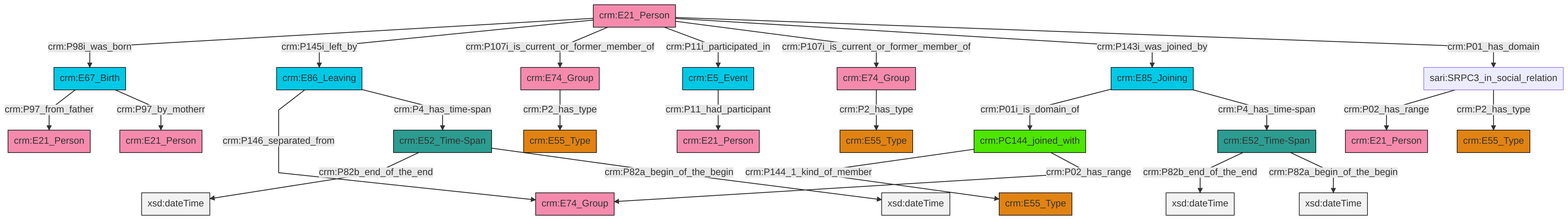
The Mermaid diagram et/personCSV/ttl/mmd/png/Person_Actor_Relations.png in swiss-art-research-net/reference-data-models, before a commit. Its source is kept beside it as et/personCSV/ttl/mmd/Person_Actor_Relations.ttl.mmd.
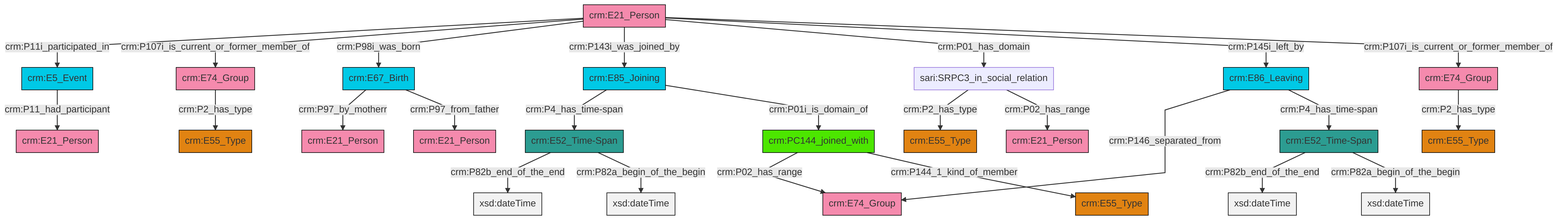
Above is the later version.

Change to the diagram source:
```diff
@@ -13,27 +13,27 @@
 classDef PC_Classes fill:#4ce600, stroke:#000000;
 classDef Multi fill:#cccccc,stroke:#000000;
 
-0["crm:E52_Time-Span"]:::Time-Span -->|crm:P82b_end_of_the_end| 1[xsd:dateTime]:::Literal
-2["crm:E67_Birth"]:::Temporal_Entity -->|crm:P97_from_father| 3["crm:E21_Person"]:::Actor
-4["crm:E85_Joining"]:::Temporal_Entity -->|crm:P01i_is_domain_of| 5["crm:PC144_joined_with"]:::PC_Classes
-4["crm:E85_Joining"]:::Temporal_Entity -->|crm:P4_has_time-span| 0["crm:E52_Time-Span"]:::Time-Span
-6["crm:E52_Time-Span"]:::Time-Span -->|crm:P82b_end_of_the_end| 8[xsd:dateTime]:::Literal
-10["crm:E86_Leaving"]:::Temporal_Entity -->|crm:P146_separated_from| 11["crm:E74_Group"]:::Actor
-12["sari:SRPC3_in_social_relation"]:::Default -->|crm:P02_has_range| 13["crm:E21_Person"]:::Actor
-16["crm:E21_Person"]:::Actor -->|crm:P98i_was_born| 2["crm:E67_Birth"]:::Temporal_Entity
-16["crm:E21_Person"]:::Actor -->|crm:P145i_left_by| 10["crm:E86_Leaving"]:::Temporal_Entity
-22["crm:E5_Event"]:::Temporal_Entity -->|crm:P11_had_participant| 23["crm:E21_Person"]:::Actor
-16["crm:E21_Person"]:::Actor -->|crm:P107i_is_current_or_former_member_of| 27["crm:E74_Group"]:::Actor
-5["crm:PC144_joined_with"]:::PC_Classes -->|crm:P144_1_kind_of_member| 17["crm:E55_Type"]:::Type
-2["crm:E67_Birth"]:::Temporal_Entity -->|crm:P97_by_motherr| 24["crm:E21_Person"]:::Actor
-0["crm:E52_Time-Span"]:::Time-Span -->|crm:P82a_begin_of_the_begin| 33[xsd:dateTime]:::Literal
-16["crm:E21_Person"]:::Actor -->|crm:P11i_participated_in| 22["crm:E5_Event"]:::Temporal_Entity
-12["sari:SRPC3_in_social_relation"]:::Default -->|crm:P2_has_type| 14["crm:E55_Type"]:::Type
-5["crm:PC144_joined_with"]:::PC_Classes -->|crm:P02_has_range| 11["crm:E74_Group"]:::Actor
-16["crm:E21_Person"]:::Actor -->|crm:P107i_is_current_or_former_member_of| 31["crm:E74_Group"]:::Actor
-10["crm:E86_Leaving"]:::Temporal_Entity -->|crm:P4_has_time-span| 6["crm:E52_Time-Span"]:::Time-Span
-16["crm:E21_Person"]:::Actor -->|crm:P143i_was_joined_by| 4["crm:E85_Joining"]:::Temporal_Entity
-6["crm:E52_Time-Span"]:::Time-Span -->|crm:P82a_begin_of_the_begin| 42[xsd:dateTime]:::Literal
-16["crm:E21_Person"]:::Actor -->|crm:P01_has_domain| 12["sari:SRPC3_in_social_relation"]:::Default
-27["crm:E74_Group"]:::Actor -->|crm:P2_has_type| 29["crm:E55_Type"]:::Type
-31["crm:E74_Group"]:::Actor -->|crm:P2_has_type| 19["crm:E55_Type"]:::Type
+0["crm:E21_Person"]:::Actor -->|crm:P11i_participated_in| 1["crm:E5_Event"]:::Temporal_Entity
+2["crm:E52_Time-Span"]:::Time-Span -->|crm:P82b_end_of_the_end| 3[xsd:dateTime]:::Literal
+4["crm:E85_Joining"]:::Temporal_Entity -->|crm:P4_has_time-span| 2["crm:E52_Time-Span"]:::Time-Span
+6["crm:E67_Birth"]:::Temporal_Entity -->|crm:P97_by_motherr| 7["crm:E21_Person"]:::Actor
+2["crm:E52_Time-Span"]:::Time-Span -->|crm:P82a_begin_of_the_begin| 11[xsd:dateTime]:::Literal
+0["crm:E21_Person"]:::Actor -->|crm:P107i_is_current_or_former_member_of| 16["crm:E74_Group"]:::Actor
+0["crm:E21_Person"]:::Actor -->|crm:P98i_was_born| 6["crm:E67_Birth"]:::Temporal_Entity
+17["crm:PC144_joined_with"]:::PC_Classes -->|crm:P02_has_range| 18["crm:E74_Group"]:::Actor
+14["crm:E86_Leaving"]:::Temporal_Entity -->|crm:P146_separated_from| 18["crm:E74_Group"]:::Actor
+23["crm:E52_Time-Span"]:::Time-Span -->|crm:P82b_end_of_the_end| 24[xsd:dateTime]:::Literal
+0["crm:E21_Person"]:::Actor -->|crm:P143i_was_joined_by| 4["crm:E85_Joining"]:::Temporal_Entity
+23["crm:E52_Time-Span"]:::Time-Span -->|crm:P82a_begin_of_the_begin| 27[xsd:dateTime]:::Literal
+0["crm:E21_Person"]:::Actor -->|crm:P01_has_domain| 29["sari:SRPC3_in_social_relation"]:::Default
+12["crm:E74_Group"]:::Actor -->|crm:P2_has_type| 30["crm:E55_Type"]:::Type
+16["crm:E74_Group"]:::Actor -->|crm:P2_has_type| 8["crm:E55_Type"]:::Type
+14["crm:E86_Leaving"]:::Temporal_Entity -->|crm:P4_has_time-span| 23["crm:E52_Time-Span"]:::Time-Span
+29["sari:SRPC3_in_social_relation"]:::Default -->|crm:P2_has_type| 33["crm:E55_Type"]:::Type
+17["crm:PC144_joined_with"]:::PC_Classes -->|crm:P144_1_kind_of_member| 35["crm:E55_Type"]:::Type
+6["crm:E67_Birth"]:::Temporal_Entity -->|crm:P97_from_father| 39["crm:E21_Person"]:::Actor
+29["sari:SRPC3_in_social_relation"]:::Default -->|crm:P02_has_range| 21["crm:E21_Person"]:::Actor
+0["crm:E21_Person"]:::Actor -->|crm:P145i_left_by| 14["crm:E86_Leaving"]:::Temporal_Entity
+0["crm:E21_Person"]:::Actor -->|crm:P107i_is_current_or_former_member_of| 12["crm:E74_Group"]:::Actor
+4["crm:E85_Joining"]:::Temporal_Entity -->|crm:P01i_is_domain_of| 17["crm:PC144_joined_with"]:::PC_Classes
+1["crm:E5_Event"]:::Temporal_Entity -->|crm:P11_had_participant| 19["crm:E21_Person"]:::Actor
```
